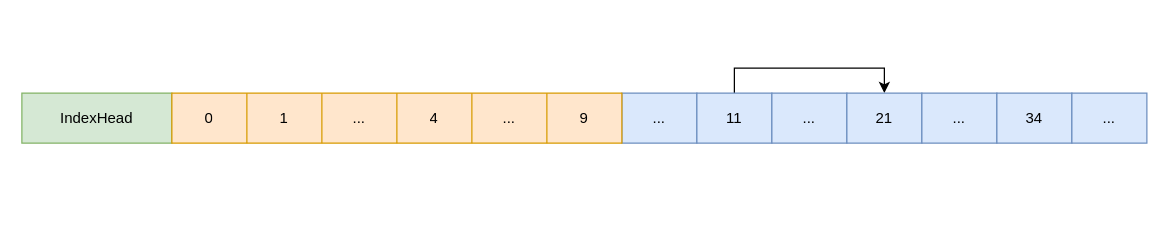
The draw.io diagram rocketmq/IndexFile数据格式2.drawio in erlieStar/diagrams, before the edit. Source tidied: cells renumbered, new cells numbered last; positions are measured from the earlier drawing's top-left corner, leaving out a move shared by most shapes. Both pictures are drawn from the tidied source at 125%, with x=0, y=0 at pixel (21, 92).
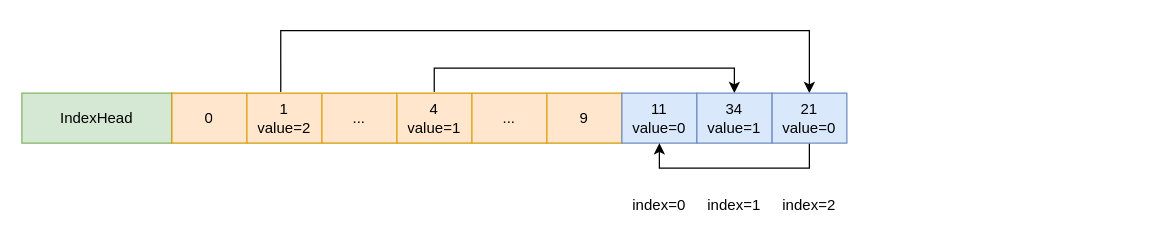
The same page after the edit.

Unchanged cells that the change refers to:
```xml
<mxCell id="5" style="shape=partialRectangle;html=1;whiteSpace=wrap;fillColor=none;top=0;left=0;bottom=0;right=0;points=[[0,0.5],[1,0.5]];portConstraint=eastwest;" parent="4" vertex="1">
  <mxGeometry width="360" height="40" as="geometry" />
</mxCell>
```

Diff of the diagram source:
```diff
@@
-    <mxCell id="3" value="..." style="rounded=0;whiteSpace=wrap;html=1;fillColor=#dae8fc;strokeColor=#6c8ebf;" parent="1" vertex="1">
-      <mxGeometry x="480" width="60" height="40" as="geometry" />
-    </mxCell>
@@
-    <mxCell id="7" value="1" style="shape=partialRectangle;html=1;whiteSpace=wrap;fillColor=none;top=0;left=0;bottom=0;right=0;overflow=hidden;" parent="5" vertex="1">
+    <mxCell id="7" value="1&lt;br&gt;value=2" style="shape=partialRectangle;html=1;whiteSpace=wrap;fillColor=none;top=0;left=0;bottom=0;right=0;overflow=hidden;" parent="5" vertex="1">
       <mxGeometry x="60" width="60" height="40" as="geometry" />
     </mxCell>
@@
-    <mxCell id="9" value="4" style="shape=partialRectangle;html=1;whiteSpace=wrap;fillColor=none;top=0;left=0;bottom=0;right=0;overflow=hidden;" parent="5" vertex="1">
+    <mxCell id="9" value="4&lt;br&gt;value=1" style="shape=partialRectangle;html=1;whiteSpace=wrap;fillColor=none;top=0;left=0;bottom=0;right=0;overflow=hidden;" parent="5" vertex="1">
       <mxGeometry x="180" width="60" height="40" as="geometry" />
     </mxCell>
@@
-    <mxCell id="12" style="edgeStyle=orthogonalEdgeStyle;rounded=0;jettySize=auto;html=1;exitX=0.5;exitY=0;exitDx=0;exitDy=0;entryX=0.5;entryY=0;entryDx=0;entryDy=0;startArrow=none;startFill=0;endArrow=classic;endFill=1;" parent="1" edge="1" source="13" target="15">
-      <mxGeometry relative="1" as="geometry" />
-    </mxCell>
-    <mxCell id="13" value="11" style="rounded=0;whiteSpace=wrap;html=1;fillColor=#dae8fc;strokeColor=#6c8ebf;" parent="1" vertex="1">
-      <mxGeometry x="540" width="60" height="40" as="geometry" />
+    <mxCell id="13" value="11&lt;br&gt;value=0" style="rounded=0;whiteSpace=wrap;html=1;fillColor=#dae8fc;strokeColor=#6c8ebf;" parent="1" vertex="1">
+      <mxGeometry x="480" width="60" height="40" as="geometry" />
     </mxCell>
-    <mxCell id="14" value="..." style="rounded=0;whiteSpace=wrap;html=1;fillColor=#dae8fc;strokeColor=#6c8ebf;" parent="1" vertex="1">
-      <mxGeometry x="600" width="60" height="40" as="geometry" />
-    </mxCell>
+    <mxCell id="19" style="edgeStyle=orthogonalEdgeStyle;rounded=0;jettySize=auto;html=1;exitX=0.5;exitY=0;exitDx=0;exitDy=0;entryX=0.242;entryY=-0.025;entryDx=0;entryDy=0;entryPerimeter=0;startArrow=classic;startFill=1;endArrow=none;endFill=0;" parent="1" edge="1" source="15" target="5">
+      <mxGeometry relative="1" as="geometry">
+        <Array as="points">
+          <mxPoint x="630" y="-50" />
+          <mxPoint x="207" y="-50" />
+        </Array>
+      </mxGeometry>
+    </mxCell>
+    <mxCell id="20" style="edgeStyle=orthogonalEdgeStyle;rounded=0;jettySize=auto;html=1;exitX=0.5;exitY=1;exitDx=0;exitDy=0;entryX=0.5;entryY=1;entryDx=0;entryDy=0;startArrow=none;startFill=0;endArrow=classic;endFill=1;" parent="1" edge="1" source="15" target="13">
+      <mxGeometry relative="1" as="geometry" />
+    </mxCell>
-    <mxCell id="15" value="21" style="rounded=0;whiteSpace=wrap;html=1;fillColor=#dae8fc;strokeColor=#6c8ebf;" parent="1" vertex="1">
-      <mxGeometry x="660" width="60" height="40" as="geometry" />
+    <mxCell id="15" value="21&lt;br&gt;value=0" style="rounded=0;whiteSpace=wrap;html=1;fillColor=#dae8fc;strokeColor=#6c8ebf;" parent="1" vertex="1">
+      <mxGeometry x="600" width="60" height="40" as="geometry" />
     </mxCell>
-    <mxCell id="16" value="..." style="rounded=0;whiteSpace=wrap;html=1;fillColor=#dae8fc;strokeColor=#6c8ebf;" parent="1" vertex="1">
-      <mxGeometry x="720" width="60" height="40" as="geometry" />
-    </mxCell>
+    <mxCell id="21" style="edgeStyle=orthogonalEdgeStyle;rounded=0;jettySize=auto;html=1;exitX=0.5;exitY=0;exitDx=0;exitDy=0;entryX=0.583;entryY=-0.025;entryDx=0;entryDy=0;entryPerimeter=0;startArrow=classic;startFill=1;endArrow=none;endFill=0;" parent="1" edge="1" source="17" target="5">
+      <mxGeometry relative="1" as="geometry" />
+    </mxCell>
-    <mxCell id="17" value="34" style="rounded=0;whiteSpace=wrap;html=1;fillColor=#dae8fc;strokeColor=#6c8ebf;" parent="1" vertex="1">
-      <mxGeometry x="780" width="60" height="40" as="geometry" />
+    <mxCell id="17" value="34&lt;br&gt;value=1" style="rounded=0;whiteSpace=wrap;html=1;fillColor=#dae8fc;strokeColor=#6c8ebf;" parent="1" vertex="1">
+      <mxGeometry x="540" width="60" height="40" as="geometry" />
     </mxCell>
-    <mxCell id="18" value="..." style="rounded=0;whiteSpace=wrap;html=1;fillColor=#dae8fc;strokeColor=#6c8ebf;" parent="1" vertex="1">
-      <mxGeometry x="840" width="60" height="40" as="geometry" />
-    </mxCell>
+    <mxCell id="22" value="index=0" style="text;html=1;strokeColor=none;fillColor=none;align=center;verticalAlign=middle;whiteSpace=wrap;rounded=0;" parent="1" vertex="1">
+      <mxGeometry x="490" y="80" width="40" height="20" as="geometry" />
+    </mxCell>
+    <mxCell id="23" value="index=1" style="text;html=1;strokeColor=none;fillColor=none;align=center;verticalAlign=middle;whiteSpace=wrap;rounded=0;" parent="1" vertex="1">
+      <mxGeometry x="550" y="80" width="40" height="20" as="geometry" />
+    </mxCell>
+    <mxCell id="24" value="index=2" style="text;html=1;strokeColor=none;fillColor=none;align=center;verticalAlign=middle;whiteSpace=wrap;rounded=0;" parent="1" vertex="1">
+      <mxGeometry x="610" y="80" width="40" height="20" as="geometry" />
+    </mxCell>
```
